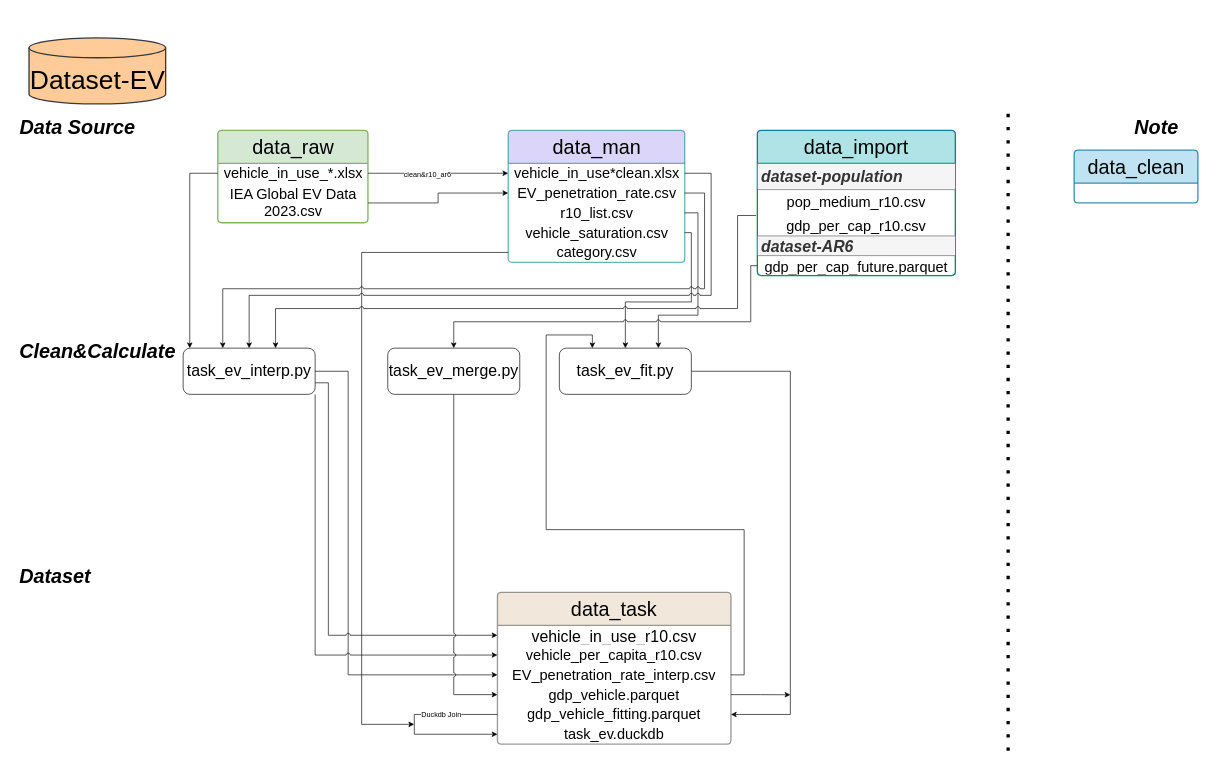
jenchen95/dataset-EV keeps this draw.io diagram as structure.drawio. Above is the earlier version. Source tidied: cells renumbered, new cells numbered last; positions are measured from the earlier drawing's top-left corner, leaving out a move shared by most shapes. Both pictures are drawn from the tidied source at 66%, with x=0, y=0 at pixel (11, 38).
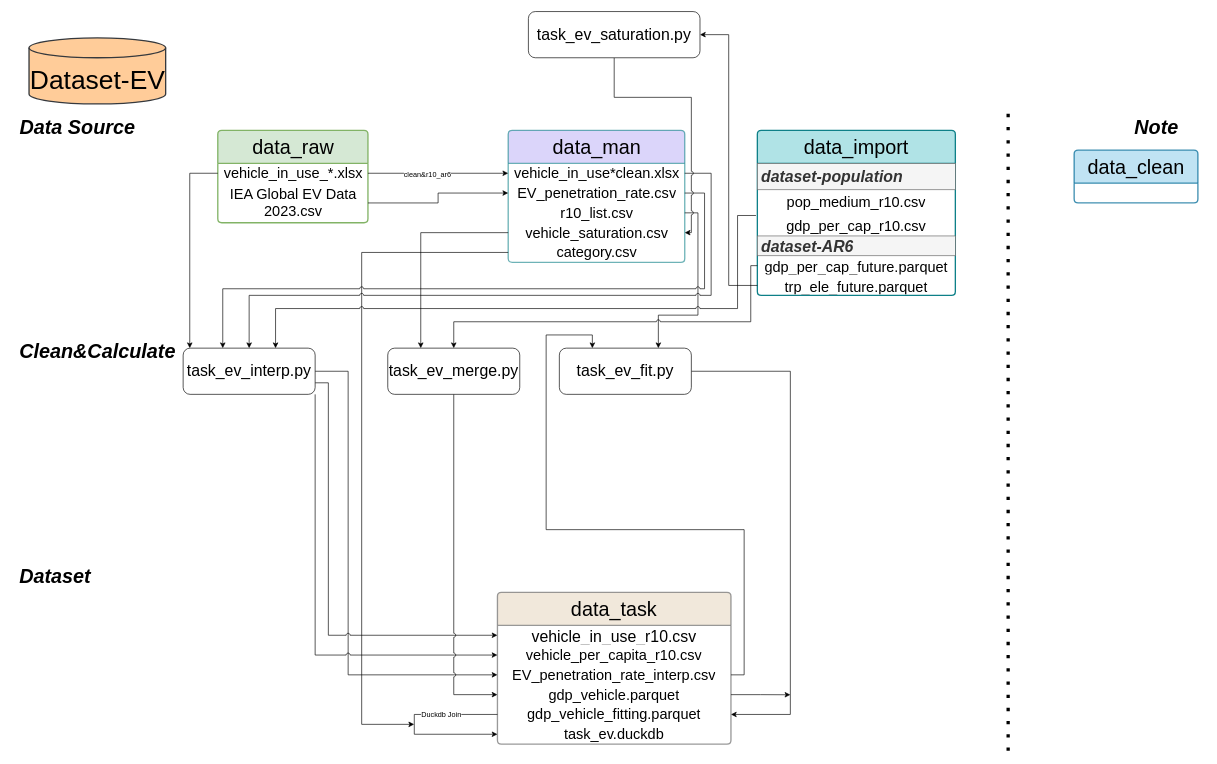
After the change.

Commit message (it also covers changes not shown here):
[feat] add saturation logic

The change refers to these unchanged cells:
```xml
<mxCell id="10" value="&lt;font style=&quot;font-size: 24px;&quot;&gt;task_ev_merge.py&lt;/font&gt;" style="rounded=1;whiteSpace=wrap;html=1;" parent="1" vertex="1">
  <mxGeometry x="570" y="470" width="200" height="70" as="geometry" />
</mxCell>
<mxCell id="20" value="vehicle_saturation.csv" style="text;strokeColor=none;fillColor=none;align=center;verticalAlign=middle;spacingLeft=4;spacingRight=4;overflow=hidden;points=[[0,0.5],[1,0.5]];portConstraint=eastwest;whiteSpace=wrap;html=1;fontSize=22;" parent="16" vertex="1">
  <mxGeometry y="140" width="267.5" height="30" as="geometry" />
</mxCell>
<mxCell id="46" value="&lt;font style=&quot;font-size: 24px;&quot;&gt;task_ev_fit.py&lt;/font&gt;" style="rounded=1;whiteSpace=wrap;html=1;" parent="1" vertex="1">
  <mxGeometry x="830" y="470" width="200" height="70" as="geometry" />
</mxCell>
```

What changed in the source:
```diff
@@
     <mxCell id="24" value="&lt;span style=&quot;font-size: 30px;&quot;&gt;data_import&lt;/span&gt;" style="swimlane;fontStyle=0;horizontal=1;startSize=50;whiteSpace=wrap;html=1;fillColor=#b0e3e6;strokeColor=#0e8088;rounded=1;align=center;fillStyle=auto;strokeWidth=2;shadow=0;dashed=0;arcSize=4;" parent="1" vertex="1">
-      <mxGeometry x="1130" y="140" width="300" height="220" as="geometry" />
+      <mxGeometry x="1130" y="140" width="300" height="250" as="geometry" />
     </mxCell>
@@
+    <mxCell id="55" value="&lt;font style=&quot;font-size: 22px; font-style: normal; font-weight: normal;&quot;&gt;trp_ele_future.parquet&lt;/font&gt;" style="text;align=center;verticalAlign=middle;spacingLeft=4;spacingRight=4;overflow=hidden;points=[[0,0.5],[1,0.5]];portConstraint=eastwest;whiteSpace=wrap;html=1;fontSize=24;fontStyle=3;" parent="24" vertex="1">
+      <mxGeometry y="220" width="300" height="30" as="geometry" />
+    </mxCell>
@@
-    <mxCell id="47" style="edgeStyle=orthogonalEdgeStyle;rounded=0;jettySize=auto;html=1;exitX=1;exitY=0.5;exitDx=0;exitDy=0;entryX=0.5;entryY=0;entryDx=0;entryDy=0;" parent="1" edge="1" source="20" target="46">
-      <mxGeometry relative="1" as="geometry">
-        <Array as="points">
-          <mxPoint x="1030" y="295" />
-          <mxPoint x="1030" y="400" />
-          <mxPoint x="930" y="400" />
-        </Array>
-      </mxGeometry>
-    </mxCell>
@@
+    <mxCell id="56" style="edgeStyle=orthogonalEdgeStyle;rounded=0;jettySize=auto;html=1;exitX=0;exitY=0.5;exitDx=0;exitDy=0;entryX=0.25;entryY=0;entryDx=0;entryDy=0;" parent="1" edge="1" source="20" target="10">
+      <mxGeometry relative="1" as="geometry" />
+    </mxCell>
+    <mxCell id="57" style="edgeStyle=orthogonalEdgeStyle;rounded=0;jettySize=auto;html=1;exitX=0.5;exitY=1;exitDx=0;exitDy=0;entryX=1;entryY=0.5;entryDx=0;entryDy=0;jumpStyle=arc;" parent="1" edge="1" source="58" target="20">
+      <mxGeometry relative="1" as="geometry">
+        <Array as="points">
+          <mxPoint x="913" y="90" />
+          <mxPoint x="1030" y="90" />
+          <mxPoint x="1030" y="295" />
+        </Array>
+      </mxGeometry>
+    </mxCell>
+    <mxCell id="58" value="&lt;font style=&quot;font-size: 24px;&quot;&gt;task_ev_saturation.py&lt;/font&gt;" style="rounded=1;whiteSpace=wrap;html=1;" parent="1" vertex="1">
+      <mxGeometry x="783.1" y="-40" width="260" height="70" as="geometry" />
+    </mxCell>
+    <mxCell id="59" style="edgeStyle=orthogonalEdgeStyle;rounded=0;jettySize=auto;html=1;exitX=0;exitY=0.5;exitDx=0;exitDy=0;entryX=1;entryY=0.5;entryDx=0;entryDy=0;" parent="1" edge="1" source="55" target="58">
+      <mxGeometry relative="1" as="geometry" />
+    </mxCell>
```
